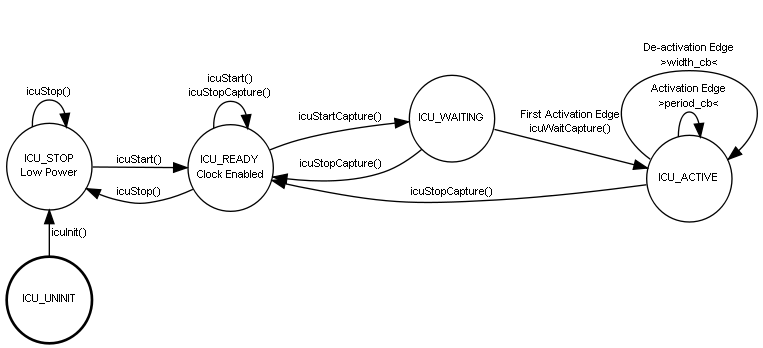
Above: hal/icu.png in ArduPilot/ChibiOS.svn (Graphviz), before the change. Its source is kept beside it as hal/icu.dot.
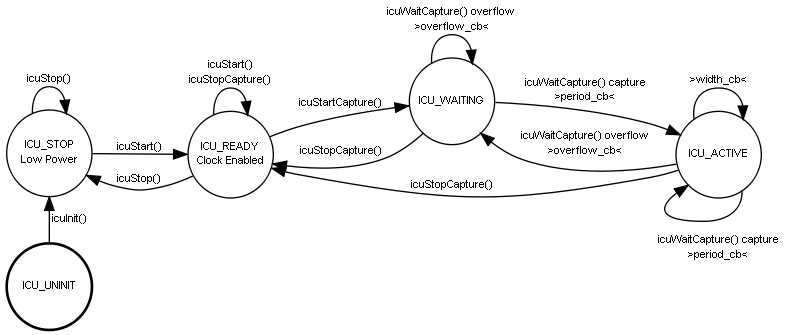
Above is the later version.

Commit message:
git-svn-id: svn+ssh://svn.osdn.net/svnroot/chibios/branches/artwork@7410 27425a3e-05d8-49a3-a47f-9c15f0e5edd8

What changed in the source:
```diff
@@ -16,9 +16,11 @@
     ready -> stop [label="\nicuStop()"];
     ready -> ready [label="\nicuStart()\nicuStopCapture()"];
     ready -> waiting [label="\nicuStartCapture()"];
-    waiting -> active [label="\nFirst Activation Edge\nicuWaitCapture()"];
+    waiting -> active [label="\nicuWaitCapture() capture\n>period_cb<"];
     waiting -> ready [label="\nicuStopCapture()"];
     active -> ready [label="\nicuStopCapture()"];
-    active -> active [label="\nActivation Edge\n>period_cb<"];
-    active -> active [label="\nDe-activation Edge\n>width_cb<"];
+    active -> active:sw [label="\nicuWaitCapture() capture\n>period_cb<"];
+    active -> active [label="\n>width_cb<"];
+    active -> waiting [label="\icuWaitCapture() overflow\n>overflow_cb<"];
+    waiting -> waiting [label="\icuWaitCapture() overflow\n>overflow_cb<"];
   }
```
